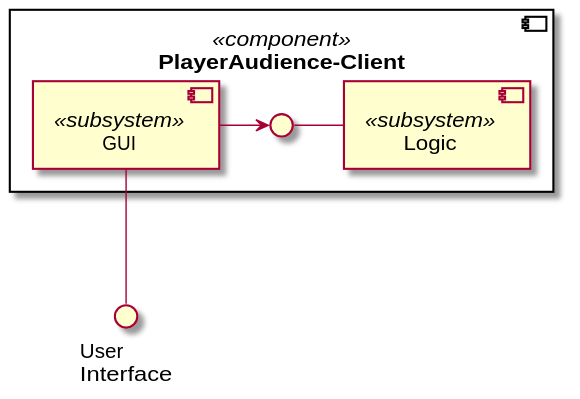
Brotenko/QualityQuest keeps this PlantUML diagram as Docs/Technical Specifications/docs/diagrams/ComponentDiagrams/PlayerAudienceClientComponentDiagram.svg. Above is the earlier version. Its diagram source:
```plantuml
@startuml
() "User\nInterface" as ui

component "PlayerAudience-Client" <<component>> as ac{
    [GUI] <<subsystem>>
    [Logic] <<subsystem>>
    () " " as empty
}

ui -up- GUI
empty - Logic
GUI -> empty
@enduml
```
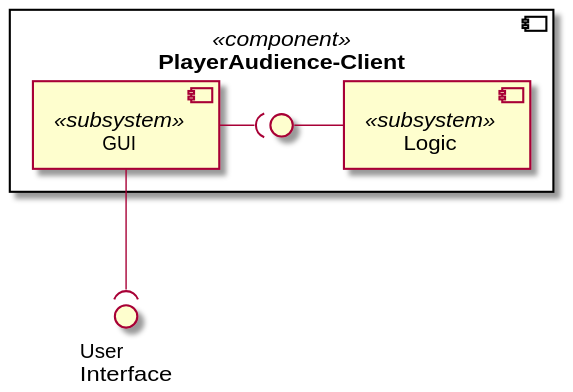
The same diagram one commit later.

Commit message:
updated diagram svgses

Change to the diagram source:
```diff
@@ -7,7 +7,7 @@
     () " " as empty
 }
 
-ui -up- GUI
+ui )-up- GUI
 empty - Logic
-GUI -> empty
+GUI -( empty
 @enduml
```
